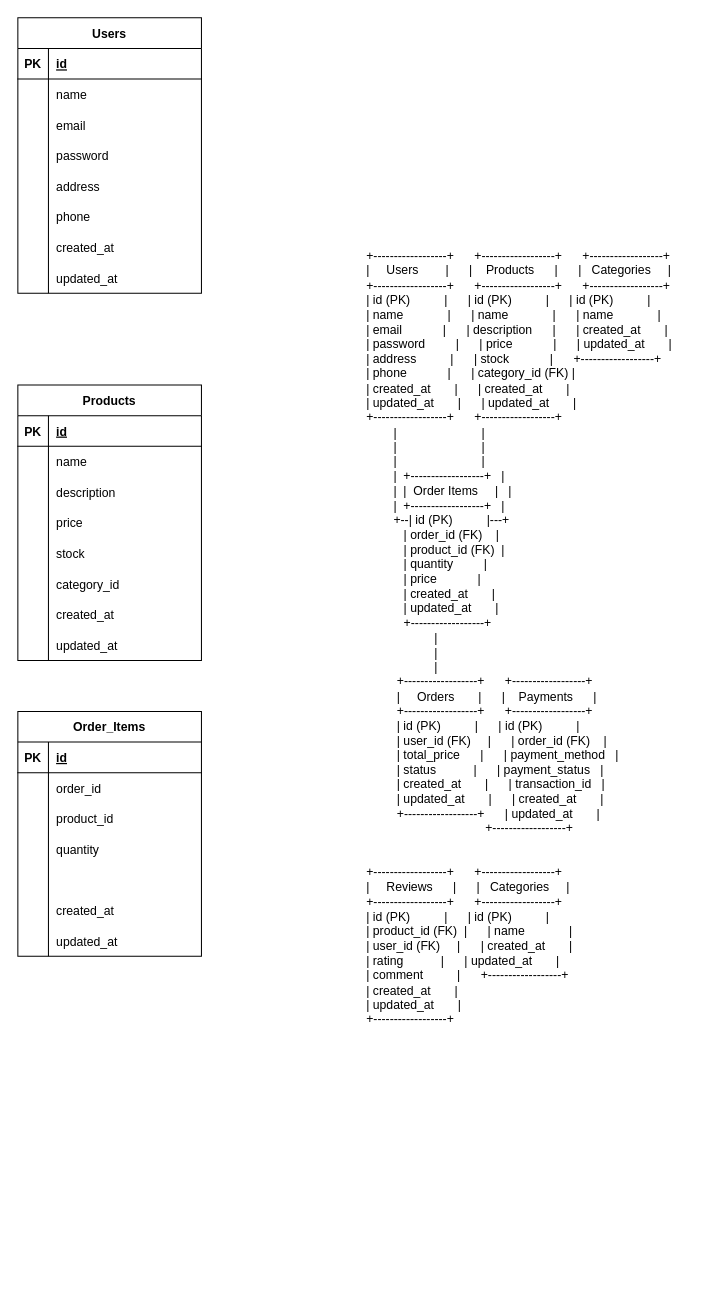
This is architecture/db.drawio from ISAWASHUN/laravel-ec-site, a draw.io file, before an edit. Source tidied: cells renumbered, new cells numbered last; positions are measured from the earlier drawing's top-left corner, leaving out a move shared by most shapes. Both pictures are drawn from the tidied source at 102%, with x=0, y=0 at pixel (17, 17).
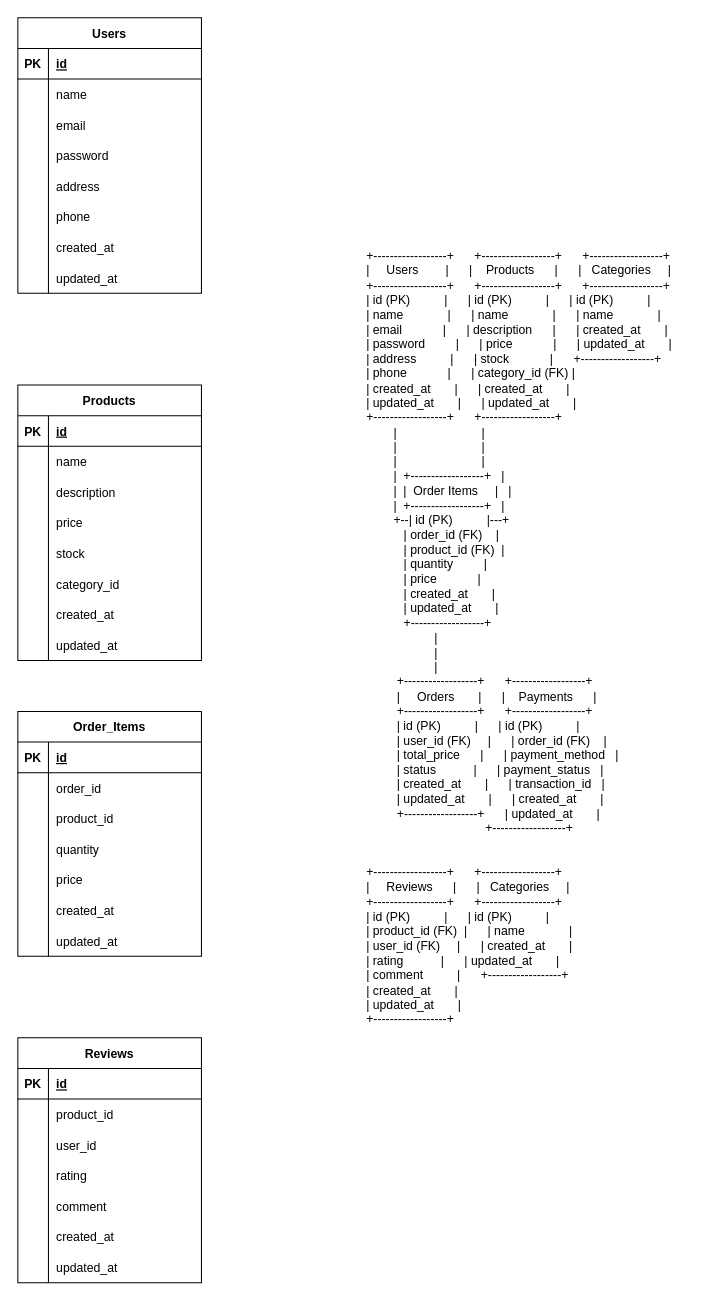
Above is the later version.

Commit message:
reviewsテーブルの作成

Unchanged cells that the change refers to:
```xml
<mxCell id="66" style="shape=tableRow;horizontal=0;startSize=0;swimlaneHead=0;swimlaneBody=0;fillColor=none;top=0;left=0;right=0;bottom=0;" parent="53" vertex="1">
  <mxGeometry y="150" width="180" height="30" as="geometry" />
</mxCell>
```

The edit, as a diff of the source:
```diff
@@
-    <mxCell id="68" style="shape=partialRectangle;fillColor=none;top=0;left=0;bottom=0;right=0;align=left;spacingLeft=6;overflow=hidden;" parent="66" vertex="1">
+    <mxCell id="68" value="price" style="shape=partialRectangle;fillColor=none;top=0;left=0;bottom=0;right=0;align=left;spacingLeft=6;overflow=hidden;" parent="66" vertex="1">
       <mxGeometry x="30" width="150" height="30" as="geometry" />
     </mxCell>
@@
+    <mxCell id="75" value="Reviews" style="shape=table;startSize=30;childLayout=tableLayout;rowLines=0;fontStyle=1;align=center;" parent="1" vertex="1">
+      <mxGeometry y="1000" width="180" height="240" as="geometry" />
+    </mxCell>
+    <mxCell id="76" style="shape=tableRow;horizontal=0;startSize=0;swimlaneHead=0;swimlaneBody=0;fillColor=none;top=0;left=0;right=0;bottom=1;" parent="75" vertex="1">
+      <mxGeometry y="30" width="180" height="30" as="geometry" />
+    </mxCell>
+    <mxCell id="77" value="PK" style="shape=partialRectangle;fillColor=none;top=0;left=0;bottom=0;right=0;fontStyle=1;overflow=hidden;" parent="76" vertex="1">
+      <mxGeometry width="30" height="30" as="geometry" />
+    </mxCell>
+    <mxCell id="78" value="id" style="shape=partialRectangle;fillColor=none;top=0;left=0;bottom=0;right=0;align=left;spacingLeft=6;fontStyle=5;overflow=hidden;" parent="76" vertex="1">
+      <mxGeometry x="30" width="150" height="30" as="geometry" />
+    </mxCell>
+    <mxCell id="79" style="shape=tableRow;horizontal=0;startSize=0;swimlaneHead=0;swimlaneBody=0;fillColor=none;top=0;left=0;right=0;bottom=0;" parent="75" vertex="1">
+      <mxGeometry y="60" width="180" height="30" as="geometry" />
+    </mxCell>
+    <mxCell id="80" style="shape=partialRectangle;fillColor=none;top=0;left=0;bottom=0;right=0;overflow=hidden;" parent="79" vertex="1">
+      <mxGeometry width="30" height="30" as="geometry" />
+    </mxCell>
+    <mxCell id="81" value="product_id" style="shape=partialRectangle;fillColor=none;top=0;left=0;bottom=0;right=0;align=left;spacingLeft=6;overflow=hidden;" parent="79" vertex="1">
+      <mxGeometry x="30" width="150" height="30" as="geometry" />
+    </mxCell>
+    <mxCell id="82" style="shape=tableRow;horizontal=0;startSize=0;swimlaneHead=0;swimlaneBody=0;fillColor=none;top=0;left=0;right=0;bottom=0;" parent="75" vertex="1">
+      <mxGeometry y="90" width="180" height="30" as="geometry" />
+    </mxCell>
+    <mxCell id="83" style="shape=partialRectangle;fillColor=none;top=0;left=0;bottom=0;right=0;overflow=hidden;" parent="82" vertex="1">
+      <mxGeometry width="30" height="30" as="geometry" />
+    </mxCell>
+    <mxCell id="84" value="user_id" style="shape=partialRectangle;fillColor=none;top=0;left=0;bottom=0;right=0;align=left;spacingLeft=6;overflow=hidden;" parent="82" vertex="1">
+      <mxGeometry x="30" width="150" height="30" as="geometry" />
+    </mxCell>
+    <mxCell id="85" style="shape=tableRow;horizontal=0;startSize=0;swimlaneHead=0;swimlaneBody=0;fillColor=none;top=0;left=0;right=0;bottom=0;" parent="75" vertex="1">
+      <mxGeometry y="120" width="180" height="30" as="geometry" />
+    </mxCell>
+    <mxCell id="86" style="shape=partialRectangle;fillColor=none;top=0;left=0;bottom=0;right=0;overflow=hidden;" parent="85" vertex="1">
+      <mxGeometry width="30" height="30" as="geometry" />
+    </mxCell>
+    <mxCell id="87" value="rating" style="shape=partialRectangle;fillColor=none;top=0;left=0;bottom=0;right=0;align=left;spacingLeft=6;overflow=hidden;" parent="85" vertex="1">
+      <mxGeometry x="30" width="150" height="30" as="geometry" />
+    </mxCell>
+    <mxCell id="88" style="shape=tableRow;horizontal=0;startSize=0;swimlaneHead=0;swimlaneBody=0;fillColor=none;top=0;left=0;right=0;bottom=0;" parent="75" vertex="1">
+      <mxGeometry y="150" width="180" height="30" as="geometry" />
+    </mxCell>
+    <mxCell id="89" style="shape=partialRectangle;fillColor=none;top=0;left=0;bottom=0;right=0;overflow=hidden;" parent="88" vertex="1">
+      <mxGeometry width="30" height="30" as="geometry" />
+    </mxCell>
+    <mxCell id="90" value="comment" style="shape=partialRectangle;fillColor=none;top=0;left=0;bottom=0;right=0;align=left;spacingLeft=6;overflow=hidden;" parent="88" vertex="1">
+      <mxGeometry x="30" width="150" height="30" as="geometry" />
+    </mxCell>
+    <mxCell id="91" style="shape=tableRow;horizontal=0;startSize=0;swimlaneHead=0;swimlaneBody=0;fillColor=none;top=0;left=0;right=0;bottom=0;" parent="75" vertex="1">
+      <mxGeometry y="180" width="180" height="30" as="geometry" />
+    </mxCell>
+    <mxCell id="92" style="shape=partialRectangle;fillColor=none;top=0;left=0;bottom=0;right=0;overflow=hidden;" parent="91" vertex="1">
+      <mxGeometry width="30" height="30" as="geometry" />
+    </mxCell>
+    <mxCell id="93" value="created_at" style="shape=partialRectangle;fillColor=none;top=0;left=0;bottom=0;right=0;align=left;spacingLeft=6;overflow=hidden;" parent="91" vertex="1">
+      <mxGeometry x="30" width="150" height="30" as="geometry" />
+    </mxCell>
+    <mxCell id="94" style="shape=tableRow;horizontal=0;startSize=0;swimlaneHead=0;swimlaneBody=0;fillColor=none;top=0;left=0;right=0;bottom=0;" parent="75" vertex="1">
+      <mxGeometry y="210" width="180" height="30" as="geometry" />
+    </mxCell>
+    <mxCell id="95" style="shape=partialRectangle;fillColor=none;top=0;left=0;bottom=0;right=0;overflow=hidden;" parent="94" vertex="1">
+      <mxGeometry width="30" height="30" as="geometry" />
+    </mxCell>
+    <mxCell id="96" value="updated_at" style="shape=partialRectangle;fillColor=none;top=0;left=0;bottom=0;right=0;align=left;spacingLeft=6;overflow=hidden;" parent="94" vertex="1">
+      <mxGeometry x="30" width="150" height="30" as="geometry" />
+    </mxCell>
```
